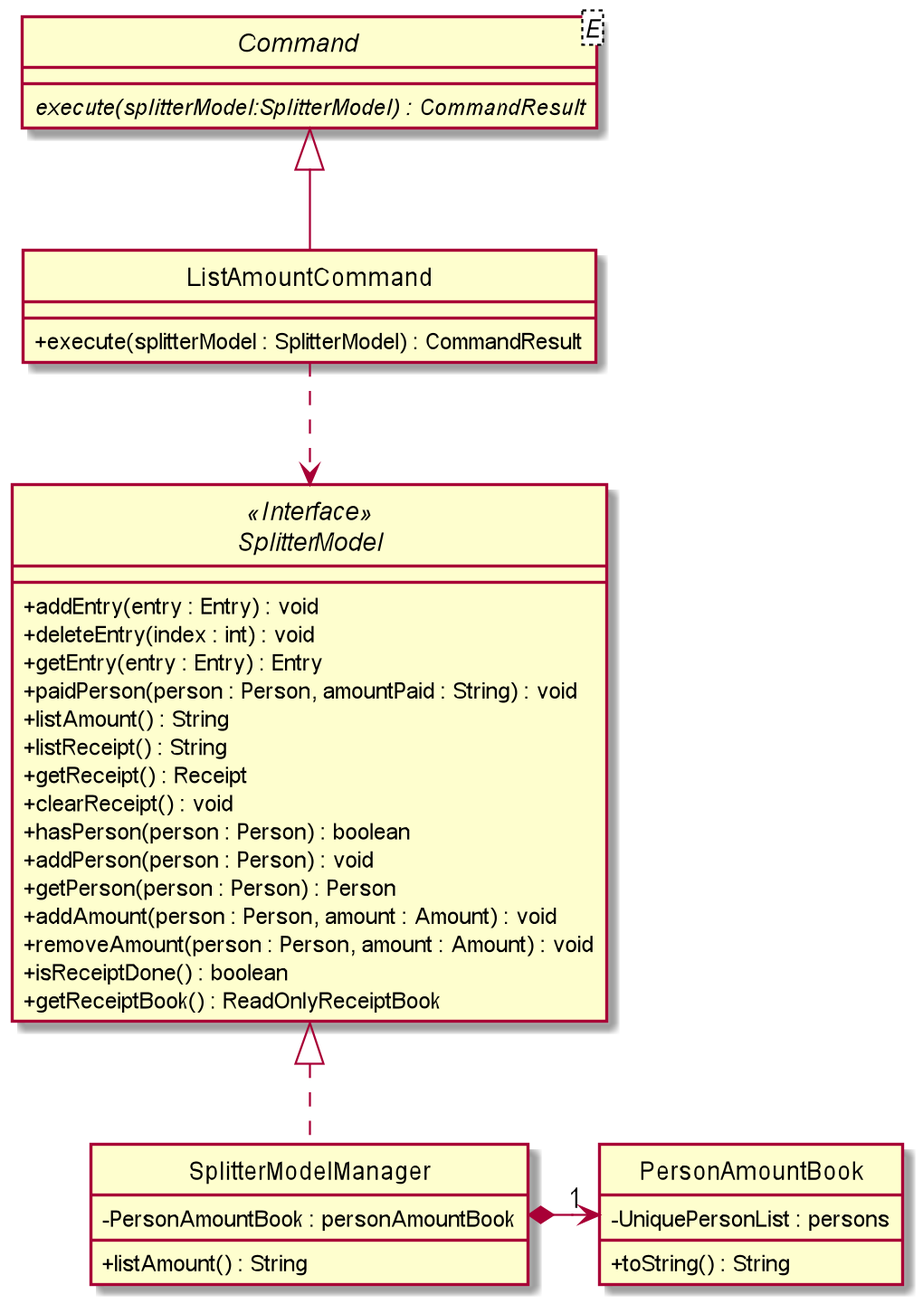
nus-cs2103-AY1920S2/addressbook-level3 keeps this PlantUML diagram as docs/images/ExpenseSplitterListAmountCommandClassDiagram.png. Above is the earlier version.
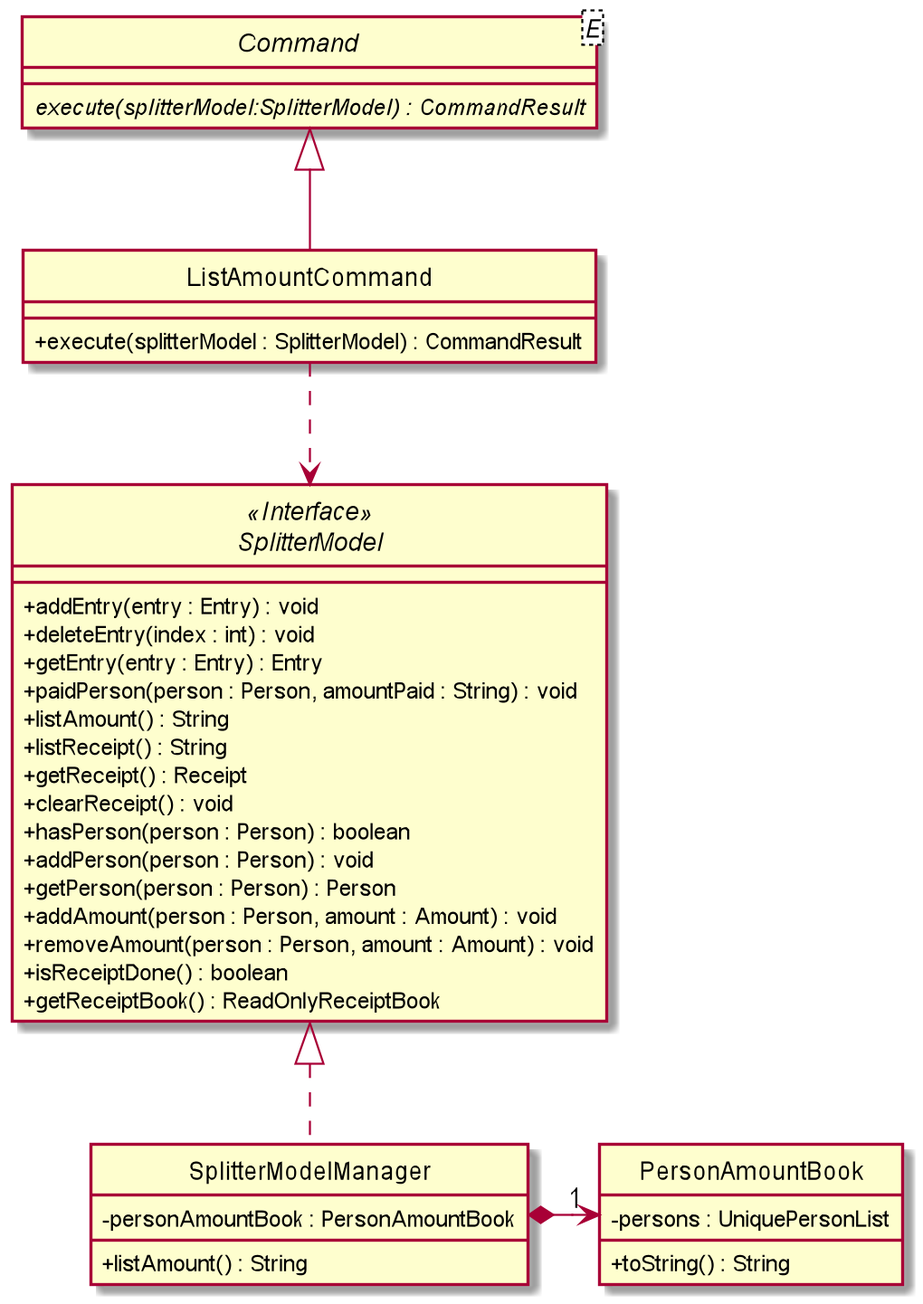
The same file after the commit.

Diff of the diagram source:
```diff
@@ -35,13 +35,13 @@
 }
 
 class SplitterModelManager implements SplitterModel {
-    - PersonAmountBook : personAmountBook
+    - personAmountBook : PersonAmountBook
 
     + listAmount() : String
 }
 
 class PersonAmountBook {
-    - UniquePersonList : persons
+    - persons : UniquePersonList
 
     + toString() : String
 }
```
